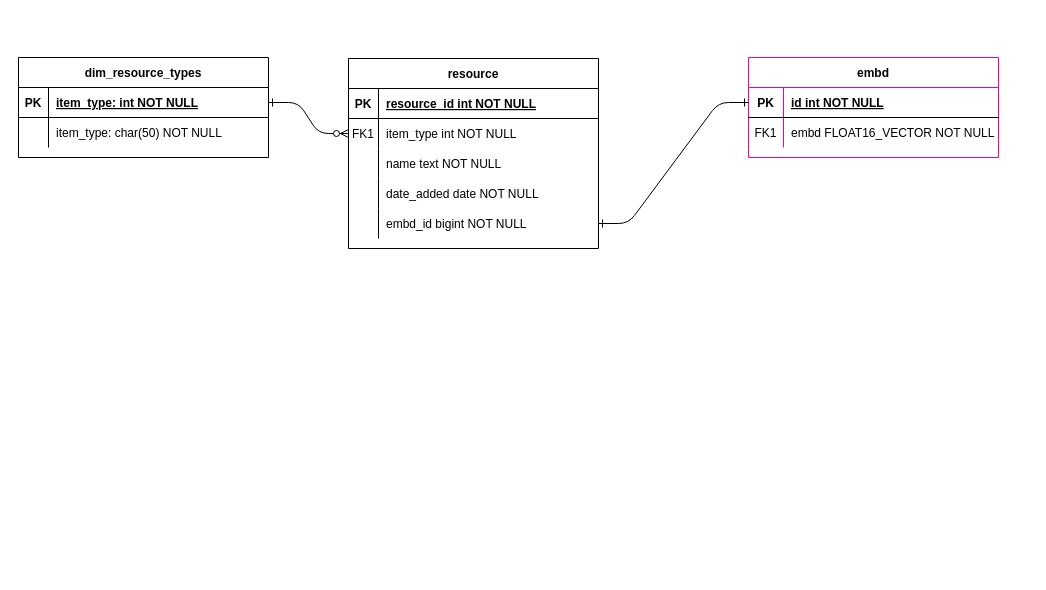
Above: page "db-schema" (3 of 3) of docs/system-diagram.drawio in hoanghl/visual-retriever (draw.io), before the change. Source tidied: cells renumbered, new cells numbered last; positions are measured from the earlier drawing's top-left corner, leaving out a move shared by most shapes. Both pictures are drawn from the tidied source at 100%, with x=0, y=0 at pixel (18, 57).
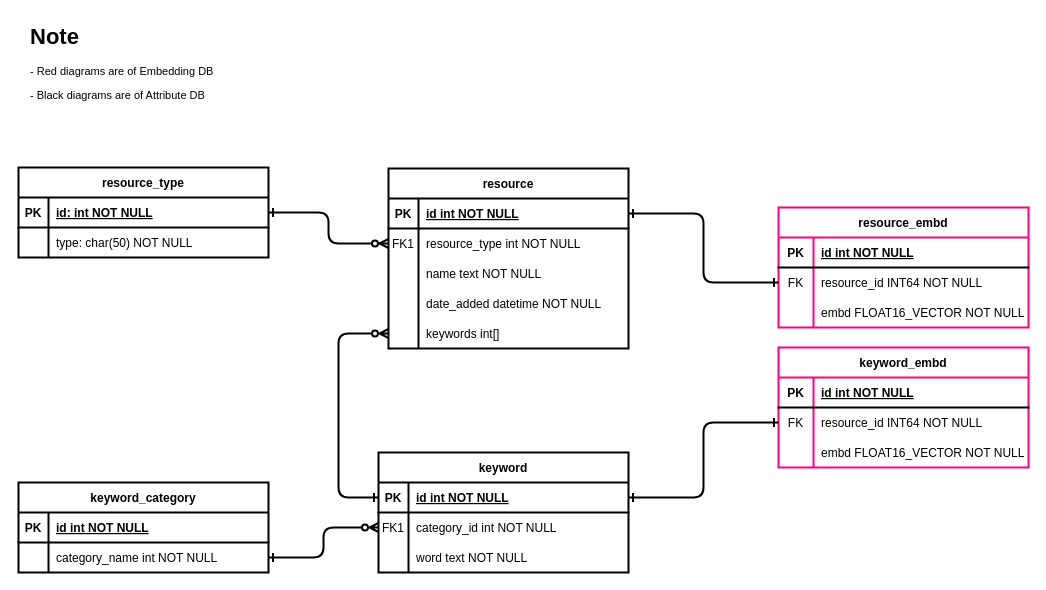
Above is the later version.

What changed in the source:
```diff
@@
-    <mxCell id="2" style="edgeStyle=entityRelationEdgeStyle;endArrow=ERzeroToMany;startArrow=ERone;endFill=1;startFill=0;" parent="1" edge="1" source="20" target="7">
+    <mxCell id="2" style="edgeStyle=orthogonalEdgeStyle;endArrow=ERzeroToMany;startArrow=ERone;endFill=1;startFill=0;strokeWidth=2;" parent="1" edge="1" source="20" target="7">
       <mxGeometry relative="1" as="geometry" />
     </mxCell>
-    <mxCell id="3" value="resource" style="shape=table;startSize=30;childLayout=tableLayout;rowLines=0;fontStyle=1;align=center;" parent="1" vertex="1">
-      <mxGeometry x="330" y="1" width="250" height="190" as="geometry" />
+    <mxCell id="3" value="resource" style="shape=table;startSize=30;childLayout=tableLayout;rowLines=0;fontStyle=1;align=center;strokeWidth=2;" parent="1" vertex="1">
+      <mxGeometry x="370" y="111" width="240" height="180" as="geometry" />
     </mxCell>
-    <mxCell id="4" style="shape=partialRectangle;fillColor=none;points=[[0,0.5],[1,0.5]];portConstraint=eastwest;top=0;left=0;right=0;bottom=1;" parent="3" vertex="1">
-      <mxGeometry y="30" width="250" height="30" as="geometry" />
+    <mxCell id="4" style="shape=partialRectangle;fillColor=none;points=[[0,0.5],[1,0.5]];portConstraint=eastwest;top=0;left=0;right=0;bottom=1;strokeWidth=2;" parent="3" vertex="1">
+      <mxGeometry y="30" width="240" height="30" as="geometry" />
     </mxCell>
-    <mxCell id="5" value="PK" style="shape=partialRectangle;overflow=hidden;fillColor=none;top=0;left=0;bottom=0;right=0;fontStyle=1;" parent="4" vertex="1">
+    <mxCell id="5" value="PK" style="shape=partialRectangle;overflow=hidden;fillColor=none;top=0;left=0;bottom=0;right=0;fontStyle=1;strokeWidth=2;" parent="4" vertex="1">
       <mxGeometry width="30" height="30" as="geometry" />
     </mxCell>
-    <mxCell id="6" value="resource_id int NOT NULL " style="shape=partialRectangle;overflow=hidden;fillColor=none;top=0;left=0;bottom=0;right=0;align=left;spacingLeft=6;fontStyle=5;" parent="4" vertex="1">
-      <mxGeometry x="30" width="220" height="30" as="geometry" />
+    <mxCell id="6" value="id int NOT NULL " style="shape=partialRectangle;overflow=hidden;fillColor=none;top=0;left=0;bottom=0;right=0;align=left;spacingLeft=6;fontStyle=5;strokeWidth=2;" parent="4" vertex="1">
+      <mxGeometry x="30" width="210" height="30" as="geometry" />
     </mxCell>
-    <mxCell id="7" style="shape=partialRectangle;fillColor=none;points=[[0,0.5],[1,0.5]];portConstraint=eastwest;top=0;left=0;right=0;bottom=0;" parent="3" vertex="1">
-      <mxGeometry y="60" width="250" height="30" as="geometry" />
+    <mxCell id="7" style="shape=partialRectangle;fillColor=none;points=[[0,0.5],[1,0.5]];portConstraint=eastwest;top=0;left=0;right=0;bottom=0;strokeWidth=2;" parent="3" vertex="1">
+      <mxGeometry y="60" width="240" height="30" as="geometry" />
     </mxCell>
-    <mxCell id="8" value="FK1" style="shape=partialRectangle;overflow=hidden;fillColor=none;top=0;left=0;bottom=0;right=0;" parent="7" vertex="1">
+    <mxCell id="8" value="FK1" style="shape=partialRectangle;overflow=hidden;fillColor=none;top=0;left=0;bottom=0;right=0;strokeWidth=2;" parent="7" vertex="1">
       <mxGeometry width="30" height="30" as="geometry" />
     </mxCell>
-    <mxCell id="9" value="item_type int NOT NULL" style="shape=partialRectangle;overflow=hidden;fillColor=none;top=0;left=0;bottom=0;right=0;align=left;spacingLeft=6;" parent="7" vertex="1">
-      <mxGeometry x="30" width="220" height="30" as="geometry" />
+    <mxCell id="9" value="resource_type int NOT NULL" style="shape=partialRectangle;overflow=hidden;fillColor=none;top=0;left=0;bottom=0;right=0;align=left;spacingLeft=6;strokeWidth=2;" parent="7" vertex="1">
+      <mxGeometry x="30" width="210" height="30" as="geometry" />
     </mxCell>
-    <mxCell id="10" style="shape=partialRectangle;fillColor=none;top=0;left=0;right=0;bottom=0;" parent="3" vertex="1">
-      <mxGeometry y="90" width="250" height="30" as="geometry" />
+    <mxCell id="10" style="shape=partialRectangle;fillColor=none;top=0;left=0;right=0;bottom=0;strokeWidth=2;" parent="3" vertex="1">
+      <mxGeometry y="90" width="240" height="30" as="geometry" />
     </mxCell>
-    <mxCell id="11" style="shape=partialRectangle;overflow=hidden;fillColor=none;top=0;left=0;bottom=0;right=0;" parent="10" vertex="1">
+    <mxCell id="11" style="shape=partialRectangle;overflow=hidden;fillColor=none;top=0;left=0;bottom=0;right=0;strokeWidth=2;" parent="10" vertex="1">
       <mxGeometry width="30" height="30" as="geometry" />
     </mxCell>
-    <mxCell id="12" value="name text NOT NULL" style="shape=partialRectangle;overflow=hidden;fillColor=none;top=0;left=0;bottom=0;right=0;align=left;spacingLeft=6;" parent="10" vertex="1">
-      <mxGeometry x="30" width="220" height="30" as="geometry" />
+    <mxCell id="12" value="name text NOT NULL" style="shape=partialRectangle;overflow=hidden;fillColor=none;top=0;left=0;bottom=0;right=0;align=left;spacingLeft=6;strokeWidth=2;" parent="10" vertex="1">
+      <mxGeometry x="30" width="210" height="30" as="geometry" />
     </mxCell>
-    <mxCell id="13" style="shape=partialRectangle;fillColor=none;top=0;left=0;right=0;bottom=0;" parent="3" vertex="1">
-      <mxGeometry y="120" width="250" height="30" as="geometry" />
+    <mxCell id="13" style="shape=partialRectangle;fillColor=none;top=0;left=0;right=0;bottom=0;strokeWidth=2;" parent="3" vertex="1">
+      <mxGeometry y="120" width="240" height="30" as="geometry" />
     </mxCell>
-    <mxCell id="14" style="shape=partialRectangle;overflow=hidden;fillColor=none;top=0;left=0;bottom=0;right=0;" parent="13" vertex="1">
+    <mxCell id="14" style="shape=partialRectangle;overflow=hidden;fillColor=none;top=0;left=0;bottom=0;right=0;strokeWidth=2;" parent="13" vertex="1">
       <mxGeometry width="30" height="30" as="geometry" />
     </mxCell>
-    <mxCell id="15" value="date_added date NOT NULL" style="shape=partialRectangle;overflow=hidden;fillColor=none;top=0;left=0;bottom=0;right=0;align=left;spacingLeft=6;" parent="13" vertex="1">
-      <mxGeometry x="30" width="220" height="30" as="geometry" />
+    <mxCell id="15" value="date_added datetime NOT NULL" style="shape=partialRectangle;overflow=hidden;fillColor=none;top=0;left=0;bottom=0;right=0;align=left;spacingLeft=6;strokeWidth=2;" parent="13" vertex="1">
+      <mxGeometry x="30" width="210" height="30" as="geometry" />
     </mxCell>
-    <mxCell id="16" style="shape=partialRectangle;fillColor=none;points=[[0,0.5],[1,0.5]];portConstraint=eastwest;top=0;left=0;right=0;bottom=0;" parent="3" vertex="1">
-      <mxGeometry y="150" width="250" height="30" as="geometry" />
-    </mxCell>
-    <mxCell id="17" style="shape=partialRectangle;overflow=hidden;fillColor=none;top=0;left=0;bottom=0;right=0;" parent="16" vertex="1">
-      <mxGeometry width="30" height="30" as="geometry" />
-    </mxCell>
-    <mxCell id="18" value="embd_id bigint NOT NULL" style="shape=partialRectangle;overflow=hidden;fillColor=none;top=0;left=0;bottom=0;right=0;align=left;spacingLeft=6;" parent="16" vertex="1">
-      <mxGeometry x="30" width="220" height="30" as="geometry" />
-    </mxCell>
+    <mxCell id="34" style="shape=partialRectangle;fillColor=none;points=[[0,0.5],[1,0.5]];portConstraint=eastwest;top=0;left=0;right=0;bottom=0;strokeWidth=2;" parent="3" vertex="1">
+      <mxGeometry y="150" width="240" height="30" as="geometry" />
+    </mxCell>
+    <mxCell id="35" style="shape=partialRectangle;overflow=hidden;fillColor=none;top=0;left=0;bottom=0;right=0;strokeWidth=2;" parent="34" vertex="1">
+      <mxGeometry width="30" height="30" as="geometry" />
+    </mxCell>
+    <mxCell id="36" value="keywords int[]" style="shape=partialRectangle;overflow=hidden;fillColor=none;top=0;left=0;bottom=0;right=0;align=left;spacingLeft=6;strokeWidth=2;" parent="34" vertex="1">
+      <mxGeometry x="30" width="210" height="30" as="geometry" />
+    </mxCell>
-    <mxCell id="19" value="dim_resource_types" style="shape=table;startSize=30;childLayout=tableLayout;rowLines=0;fontStyle=1;align=center;" parent="1" vertex="1">
-      <mxGeometry width="250" height="100" as="geometry" />
+    <mxCell id="19" value="resource_type" style="shape=table;startSize=30;childLayout=tableLayout;rowLines=0;fontStyle=1;align=center;strokeWidth=2;" parent="1" vertex="1">
+      <mxGeometry y="110" width="250" height="90" as="geometry" />
     </mxCell>
-    <mxCell id="20" style="shape=partialRectangle;fillColor=none;points=[[0,0.5],[1,0.5]];portConstraint=eastwest;top=0;left=0;right=0;bottom=1;" parent="19" vertex="1">
+    <mxCell id="20" style="shape=partialRectangle;fillColor=none;points=[[0,0.5],[1,0.5]];portConstraint=eastwest;top=0;left=0;right=0;bottom=1;strokeWidth=2;" parent="19" vertex="1">
       <mxGeometry y="30" width="250" height="30" as="geometry" />
     </mxCell>
-    <mxCell id="21" value="PK" style="shape=partialRectangle;overflow=hidden;fillColor=none;top=0;left=0;bottom=0;right=0;fontStyle=1;" parent="20" vertex="1">
+    <mxCell id="21" value="PK" style="shape=partialRectangle;overflow=hidden;fillColor=none;top=0;left=0;bottom=0;right=0;fontStyle=1;strokeWidth=2;" parent="20" vertex="1">
       <mxGeometry width="30" height="30" as="geometry" />
     </mxCell>
-    <mxCell id="22" value="item_type: int NOT NULL " style="shape=partialRectangle;overflow=hidden;fillColor=none;top=0;left=0;bottom=0;right=0;align=left;spacingLeft=6;fontStyle=5;" parent="20" vertex="1">
+    <mxCell id="22" value="id: int NOT NULL " style="shape=partialRectangle;overflow=hidden;fillColor=none;top=0;left=0;bottom=0;right=0;align=left;spacingLeft=6;fontStyle=5;strokeWidth=2;" parent="20" vertex="1">
       <mxGeometry x="30" width="220" height="30" as="geometry" />
     </mxCell>
-    <mxCell id="23" style="shape=partialRectangle;fillColor=none;top=0;left=0;right=0;bottom=0;" parent="19" vertex="1">
+    <mxCell id="23" style="shape=partialRectangle;fillColor=none;top=0;left=0;right=0;bottom=0;strokeWidth=2;" parent="19" vertex="1">
       <mxGeometry y="60" width="250" height="30" as="geometry" />
     </mxCell>
-    <mxCell id="24" style="shape=partialRectangle;overflow=hidden;fillColor=none;top=0;left=0;bottom=0;right=0;" parent="23" vertex="1">
+    <mxCell id="24" style="shape=partialRectangle;overflow=hidden;fillColor=none;top=0;left=0;bottom=0;right=0;strokeWidth=2;" parent="23" vertex="1">
       <mxGeometry width="30" height="30" as="geometry" />
     </mxCell>
-    <mxCell id="25" value="item_type: char(50) NOT NULL" style="shape=partialRectangle;overflow=hidden;fillColor=none;top=0;left=0;bottom=0;right=0;align=left;spacingLeft=6;" parent="23" vertex="1">
+    <mxCell id="25" value="type: char(50) NOT NULL" style="shape=partialRectangle;overflow=hidden;fillColor=none;top=0;left=0;bottom=0;right=0;align=left;spacingLeft=6;strokeWidth=2;" parent="23" vertex="1">
       <mxGeometry x="30" width="220" height="30" as="geometry" />
     </mxCell>
-    <mxCell id="26" value="embd" style="shape=table;startSize=30;childLayout=tableLayout;rowLines=0;fontStyle=1;align=center;strokeColor=#FF0080;" parent="1" vertex="1">
-      <mxGeometry x="730" width="250" height="100" as="geometry" />
+    <mxCell id="26" value="resource_embd" style="shape=table;startSize=30;childLayout=tableLayout;rowLines=0;fontStyle=1;align=center;strokeColor=#FF0080;strokeWidth=2;" parent="1" vertex="1">
+      <mxGeometry x="760" y="150" width="250" height="120" as="geometry" />
     </mxCell>
-    <mxCell id="27" style="shape=partialRectangle;fillColor=none;points=[[0,0.5],[1,0.5]];portConstraint=eastwest;top=0;left=0;right=0;bottom=1;" parent="26" vertex="1">
+    <mxCell id="27" style="shape=partialRectangle;fillColor=none;points=[[0,0.5],[1,0.5]];portConstraint=eastwest;top=0;left=0;right=0;bottom=1;strokeWidth=2;" parent="26" vertex="1">
       <mxGeometry y="30" width="250" height="30" as="geometry" />
     </mxCell>
-    <mxCell id="28" value="PK" style="shape=partialRectangle;overflow=hidden;fillColor=none;top=0;left=0;bottom=0;right=0;fontStyle=1;" parent="27" vertex="1">
+    <mxCell id="28" value="PK" style="shape=partialRectangle;overflow=hidden;fillColor=none;top=0;left=0;bottom=0;right=0;fontStyle=1;strokeWidth=2;" parent="27" vertex="1">
       <mxGeometry width="35" height="30" as="geometry" />
     </mxCell>
-    <mxCell id="29" value="id int NOT NULL " style="shape=partialRectangle;overflow=hidden;fillColor=none;top=0;left=0;bottom=0;right=0;align=left;spacingLeft=6;fontStyle=5;" parent="27" vertex="1">
+    <mxCell id="29" value="id int NOT NULL " style="shape=partialRectangle;overflow=hidden;fillColor=none;top=0;left=0;bottom=0;right=0;align=left;spacingLeft=6;fontStyle=5;strokeWidth=2;" parent="27" vertex="1">
       <mxGeometry x="35" width="215" height="30" as="geometry" />
     </mxCell>
-    <mxCell id="30" style="shape=partialRectangle;fillColor=none;points=[[0,0.5],[1,0.5]];portConstraint=eastwest;top=0;left=0;right=0;bottom=0;" parent="26" vertex="1">
+    <mxCell id="30" style="shape=partialRectangle;fillColor=none;points=[[0,0.5],[1,0.5]];portConstraint=eastwest;top=0;left=0;right=0;bottom=0;strokeWidth=2;" parent="26" vertex="1">
       <mxGeometry y="60" width="250" height="30" as="geometry" />
     </mxCell>
-    <mxCell id="31" value="FK1" style="shape=partialRectangle;overflow=hidden;fillColor=none;top=0;left=0;bottom=0;right=0;" parent="30" vertex="1">
+    <mxCell id="31" value="FK" style="shape=partialRectangle;overflow=hidden;fillColor=none;top=0;left=0;bottom=0;right=0;strokeWidth=2;" parent="30" vertex="1">
       <mxGeometry width="35" height="30" as="geometry" />
     </mxCell>
-    <mxCell id="32" value="embd FLOAT16_VECTOR NOT NULL" style="shape=partialRectangle;overflow=hidden;fillColor=none;top=0;left=0;bottom=0;right=0;align=left;spacingLeft=6;" parent="30" vertex="1">
+    <mxCell id="32" value="resource_id INT64 NOT NULL" style="shape=partialRectangle;overflow=hidden;fillColor=none;top=0;left=0;bottom=0;right=0;align=left;spacingLeft=6;strokeWidth=2;" parent="30" vertex="1">
       <mxGeometry x="35" width="215" height="30" as="geometry" />
     </mxCell>
+    <mxCell id="37" style="shape=partialRectangle;fillColor=none;top=0;left=0;right=0;bottom=0;strokeWidth=2;" parent="26" vertex="1">
+      <mxGeometry y="90" width="250" height="30" as="geometry" />
+    </mxCell>
+    <mxCell id="38" style="shape=partialRectangle;overflow=hidden;fillColor=none;top=0;left=0;bottom=0;right=0;strokeWidth=2;" parent="37" vertex="1">
+      <mxGeometry width="35" height="30" as="geometry" />
+    </mxCell>
+    <mxCell id="39" value="embd FLOAT16_VECTOR NOT NULL" style="shape=partialRectangle;overflow=hidden;fillColor=none;top=0;left=0;bottom=0;right=0;align=left;spacingLeft=6;strokeWidth=2;" parent="37" vertex="1">
+      <mxGeometry x="35" width="215" height="30" as="geometry" />
+    </mxCell>
-    <mxCell id="33" style="edgeStyle=entityRelationEdgeStyle;rounded=1;jettySize=auto;html=1;exitX=1;exitY=0.5;exitDx=0;exitDy=0;entryX=0;entryY=0.5;entryDx=0;entryDy=0;curved=0;startArrow=ERone;startFill=0;endArrow=ERone;endFill=0;" parent="1" edge="1" source="16" target="27">
+    <mxCell id="33" style="edgeStyle=orthogonalEdgeStyle;rounded=1;jettySize=auto;html=1;exitX=1;exitY=0.5;exitDx=0;exitDy=0;entryX=0;entryY=0.5;entryDx=0;entryDy=0;startArrow=ERone;startFill=0;endArrow=ERone;endFill=0;elbow=vertical;strokeWidth=2;" parent="1" edge="1" source="4" target="30">
       <mxGeometry relative="1" as="geometry" />
     </mxCell>
+    <mxCell id="40" value="keyword" style="shape=table;startSize=30;childLayout=tableLayout;rowLines=0;fontStyle=1;align=center;strokeWidth=2;" parent="1" vertex="1">
+      <mxGeometry x="360" y="395" width="250" height="120" as="geometry" />
+    </mxCell>
+    <mxCell id="41" style="shape=partialRectangle;fillColor=none;points=[[0,0.5],[1,0.5]];portConstraint=eastwest;top=0;left=0;right=0;bottom=1;strokeWidth=2;" parent="40" vertex="1">
+      <mxGeometry y="30" width="250" height="30" as="geometry" />
+    </mxCell>
+    <mxCell id="42" value="PK" style="shape=partialRectangle;overflow=hidden;fillColor=none;top=0;left=0;bottom=0;right=0;fontStyle=1;strokeWidth=2;" parent="41" vertex="1">
+      <mxGeometry width="30" height="30" as="geometry" />
+    </mxCell>
+    <mxCell id="43" value="id int NOT NULL " style="shape=partialRectangle;overflow=hidden;fillColor=none;top=0;left=0;bottom=0;right=0;align=left;spacingLeft=6;fontStyle=5;strokeWidth=2;" parent="41" vertex="1">
+      <mxGeometry x="30" width="220" height="30" as="geometry" />
+    </mxCell>
+    <mxCell id="44" style="shape=partialRectangle;fillColor=none;points=[[0,0.5],[1,0.5]];portConstraint=eastwest;top=0;left=0;right=0;bottom=0;strokeWidth=2;" parent="40" vertex="1">
+      <mxGeometry y="60" width="250" height="30" as="geometry" />
+    </mxCell>
+    <mxCell id="45" value="FK1" style="shape=partialRectangle;overflow=hidden;fillColor=none;top=0;left=0;bottom=0;right=0;strokeWidth=2;" parent="44" vertex="1">
+      <mxGeometry width="30" height="30" as="geometry" />
+    </mxCell>
+    <mxCell id="46" value="category_id int NOT NULL" style="shape=partialRectangle;overflow=hidden;fillColor=none;top=0;left=0;bottom=0;right=0;align=left;spacingLeft=6;strokeWidth=2;" parent="44" vertex="1">
+      <mxGeometry x="30" width="220" height="30" as="geometry" />
+    </mxCell>
+    <mxCell id="47" style="shape=partialRectangle;fillColor=none;top=0;left=0;right=0;bottom=0;strokeWidth=2;" parent="40" vertex="1">
+      <mxGeometry y="90" width="250" height="30" as="geometry" />
+    </mxCell>
+    <mxCell id="48" style="shape=partialRectangle;overflow=hidden;fillColor=none;top=0;left=0;bottom=0;right=0;strokeWidth=2;" parent="47" vertex="1">
+      <mxGeometry width="30" height="30" as="geometry" />
+    </mxCell>
+    <mxCell id="49" value="word text NOT NULL" style="shape=partialRectangle;overflow=hidden;fillColor=none;top=0;left=0;bottom=0;right=0;align=left;spacingLeft=6;strokeWidth=2;" parent="47" vertex="1">
+      <mxGeometry x="30" width="220" height="30" as="geometry" />
+    </mxCell>
+    <mxCell id="50" value="keyword_category" style="shape=table;startSize=30;childLayout=tableLayout;rowLines=0;fontStyle=1;align=center;strokeWidth=2;" parent="1" vertex="1">
+      <mxGeometry y="425" width="250" height="90" as="geometry" />
+    </mxCell>
+    <mxCell id="51" style="shape=partialRectangle;fillColor=none;top=0;left=0;right=0;bottom=1;strokeWidth=2;" parent="50" vertex="1">
+      <mxGeometry y="30" width="250" height="30" as="geometry" />
+    </mxCell>
+    <mxCell id="52" value="PK" style="shape=partialRectangle;overflow=hidden;fillColor=none;top=0;left=0;bottom=0;right=0;fontStyle=1;strokeWidth=2;" parent="51" vertex="1">
+      <mxGeometry width="30" height="30" as="geometry" />
+    </mxCell>
+    <mxCell id="53" value="id int NOT NULL " style="shape=partialRectangle;overflow=hidden;fillColor=none;top=0;left=0;bottom=0;right=0;align=left;spacingLeft=6;fontStyle=5;strokeWidth=2;" parent="51" vertex="1">
+      <mxGeometry x="30" width="220" height="30" as="geometry" />
+    </mxCell>
+    <mxCell id="54" style="shape=partialRectangle;fillColor=none;points=[[0,0.5],[1,0.5]];portConstraint=eastwest;top=0;left=0;right=0;bottom=0;strokeWidth=2;" parent="50" vertex="1">
+      <mxGeometry y="60" width="250" height="30" as="geometry" />
+    </mxCell>
+    <mxCell id="55" style="shape=partialRectangle;overflow=hidden;fillColor=none;top=0;left=0;bottom=0;right=0;strokeWidth=2;" parent="54" vertex="1">
+      <mxGeometry width="30" height="30" as="geometry" />
+    </mxCell>
+    <mxCell id="56" value="category_name int NOT NULL" style="shape=partialRectangle;overflow=hidden;fillColor=none;top=0;left=0;bottom=0;right=0;align=left;spacingLeft=6;strokeWidth=2;" parent="54" vertex="1">
+      <mxGeometry x="30" width="220" height="30" as="geometry" />
+    </mxCell>
+    <mxCell id="57" style="edgeStyle=orthogonalEdgeStyle;rounded=1;jettySize=auto;html=1;exitX=1;exitY=0.5;exitDx=0;exitDy=0;entryX=0;entryY=0.5;entryDx=0;entryDy=0;startArrow=ERone;startFill=0;endArrow=ERzeroToMany;endFill=0;strokeWidth=2;" parent="1" edge="1" source="54" target="44">
+      <mxGeometry relative="1" as="geometry" />
+    </mxCell>
+    <mxCell id="58" style="edgeStyle=orthogonalEdgeStyle;rounded=1;jettySize=auto;html=1;exitX=0;exitY=0.5;exitDx=0;exitDy=0;entryX=0;entryY=0.5;entryDx=0;entryDy=0;endArrow=ERone;endFill=0;startArrow=ERzeroToMany;startFill=0;strokeWidth=2;" parent="1" edge="1" source="34" target="41">
+      <mxGeometry relative="1" as="geometry">
+        <Array as="points">
+          <mxPoint x="320" y="276" />
+          <mxPoint x="320" y="440" />
+        </Array>
+      </mxGeometry>
+    </mxCell>
+    <mxCell id="59" value="keyword_embd" style="shape=table;startSize=30;childLayout=tableLayout;rowLines=0;fontStyle=1;align=center;strokeColor=#FF0080;strokeWidth=2;" parent="1" vertex="1">
+      <mxGeometry x="760" y="290" width="250" height="120" as="geometry" />
+    </mxCell>
+    <mxCell id="60" style="shape=partialRectangle;fillColor=none;top=0;left=0;right=0;bottom=1;strokeWidth=2;" parent="59" vertex="1">
+      <mxGeometry y="30" width="250" height="30" as="geometry" />
+    </mxCell>
+    <mxCell id="61" value="PK" style="shape=partialRectangle;overflow=hidden;fillColor=none;top=0;left=0;bottom=0;right=0;fontStyle=1;strokeWidth=2;" parent="60" vertex="1">
+      <mxGeometry width="35" height="30" as="geometry" />
+    </mxCell>
+    <mxCell id="62" value="id int NOT NULL " style="shape=partialRectangle;overflow=hidden;fillColor=none;top=0;left=0;bottom=0;right=0;align=left;spacingLeft=6;fontStyle=5;strokeWidth=2;" parent="60" vertex="1">
+      <mxGeometry x="35" width="215" height="30" as="geometry" />
+    </mxCell>
+    <mxCell id="63" style="shape=partialRectangle;fillColor=none;points=[[0,0.5],[1,0.5]];portConstraint=eastwest;top=0;left=0;right=0;bottom=0;strokeWidth=2;" parent="59" vertex="1">
+      <mxGeometry y="60" width="250" height="30" as="geometry" />
+    </mxCell>
+    <mxCell id="64" value="FK" style="shape=partialRectangle;overflow=hidden;fillColor=none;top=0;left=0;bottom=0;right=0;strokeWidth=2;" parent="63" vertex="1">
+      <mxGeometry width="35" height="30" as="geometry" />
+    </mxCell>
+    <mxCell id="65" value="resource_id INT64 NOT NULL" style="shape=partialRectangle;overflow=hidden;fillColor=none;top=0;left=0;bottom=0;right=0;align=left;spacingLeft=6;strokeWidth=2;" parent="63" vertex="1">
+      <mxGeometry x="35" width="215" height="30" as="geometry" />
+    </mxCell>
+    <mxCell id="66" style="shape=partialRectangle;fillColor=none;top=0;left=0;right=0;bottom=0;strokeWidth=2;" parent="59" vertex="1">
+      <mxGeometry y="90" width="250" height="30" as="geometry" />
+    </mxCell>
+    <mxCell id="67" style="shape=partialRectangle;overflow=hidden;fillColor=none;top=0;left=0;bottom=0;right=0;strokeWidth=2;" parent="66" vertex="1">
+      <mxGeometry width="35" height="30" as="geometry" />
+    </mxCell>
+    <mxCell id="68" value="embd FLOAT16_VECTOR NOT NULL" style="shape=partialRectangle;overflow=hidden;fillColor=none;top=0;left=0;bottom=0;right=0;align=left;spacingLeft=6;strokeWidth=2;" parent="66" vertex="1">
+      <mxGeometry x="35" width="215" height="30" as="geometry" />
+    </mxCell>
+    <mxCell id="69" style="edgeStyle=orthogonalEdgeStyle;rounded=1;jettySize=auto;html=1;exitX=1;exitY=0.5;exitDx=0;exitDy=0;entryX=0;entryY=0.5;entryDx=0;entryDy=0;startArrow=ERone;startFill=0;endArrow=ERone;endFill=0;strokeWidth=2;" parent="1" edge="1" source="41" target="63">
+      <mxGeometry relative="1" as="geometry" />
+    </mxCell>
+    <mxCell id="70" value="&lt;h1 style=&quot;margin-top: 0px;&quot;&gt;Note&lt;/h1&gt;&lt;p&gt;- Red diagrams are of Embedding DB&lt;/p&gt;&lt;p&gt;- Black diagrams are of Attribute DB&lt;/p&gt;" style="text;html=1;whiteSpace=wrap;overflow=hidden;rounded=0;fontFamily=Helvetica;fontSize=11;fontColor=default;labelBackgroundColor=default;strokeWidth=2;" parent="1" vertex="1">
+      <mxGeometry x="10" y="-40" width="220" height="120" as="geometry" />
+    </mxCell>
```
